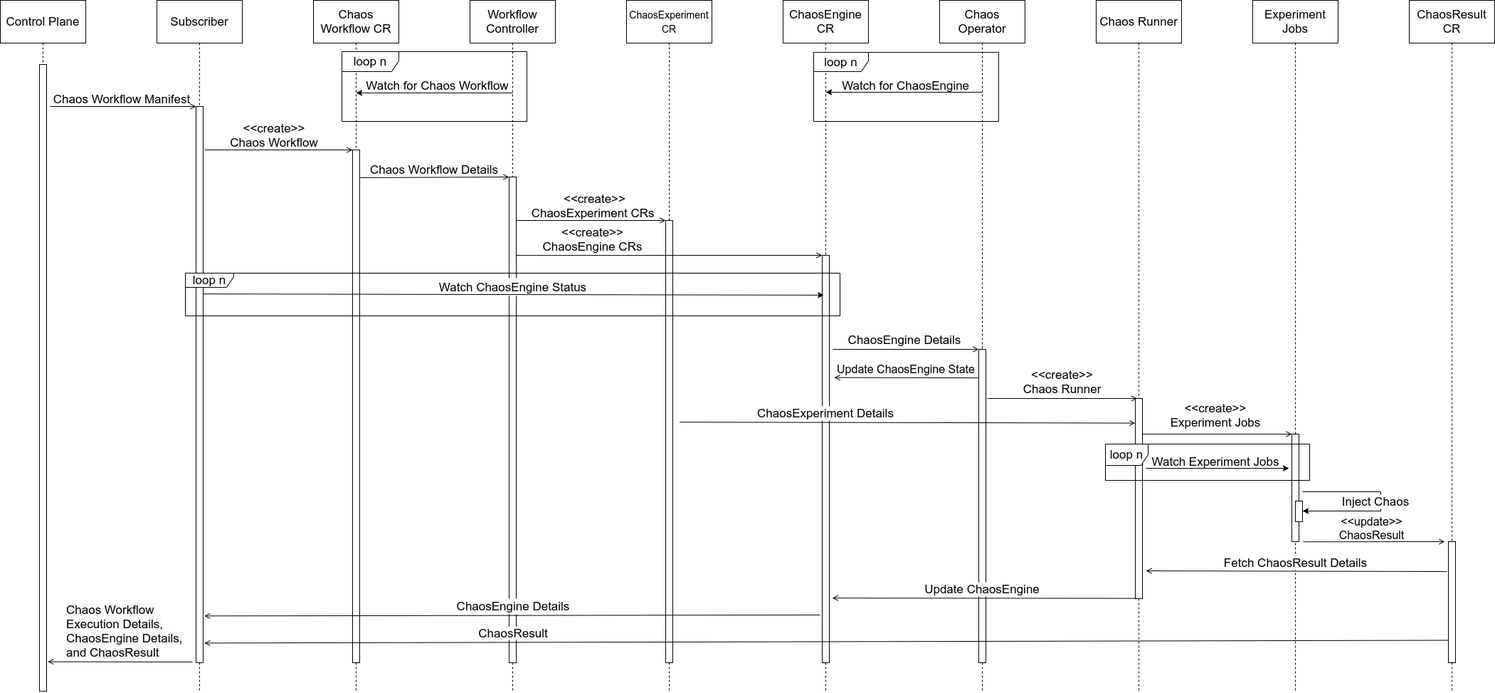
Above: website/versioned_docs/version-2.1.0/assets/chaos-execution-plane.png in litmuschaos/litmus-docs (draw.io), before the change. Source tidied: cells renumbered, new cells last; positions are measured from the earlier drawing's top-left corner, leaving out a move shared by most shapes.
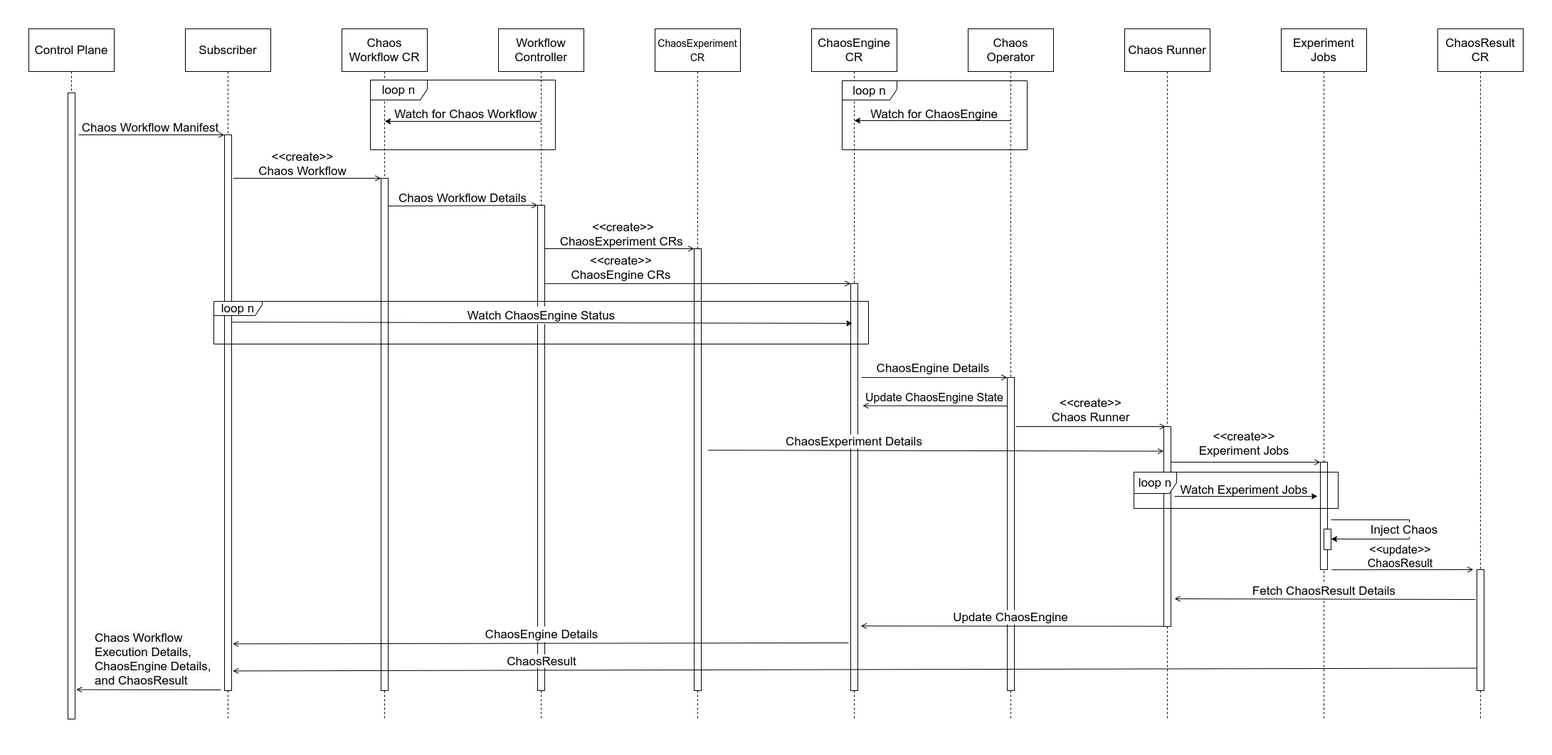
Later version of the same file.

The edit, as a diff of the source:
```diff
@@ -2,6 +2,9 @@
   <root>
     <mxCell id="0" />
     <mxCell id="1" parent="0" />
+    <mxCell id="80" style="rounded=0;whiteSpace=wrap;html=1;strokeColor=none;" parent="1" vertex="1">
+      <mxGeometry x="-40" y="-40" width="2180" height="1060" as="geometry" />
+    </mxCell>
     <mxCell id="2" style="edgeStyle=orthogonalEdgeStyle;rounded=0;jettySize=auto;html=1;exitX=0.5;exitY=1;exitDx=0;exitDy=0;strokeColor=none;fontSize=17;" parent="1" edge="1" source="4">
       <mxGeometry relative="1" as="geometry">
         <mxPoint x="280" y="668" as="targetPoint" />
```
